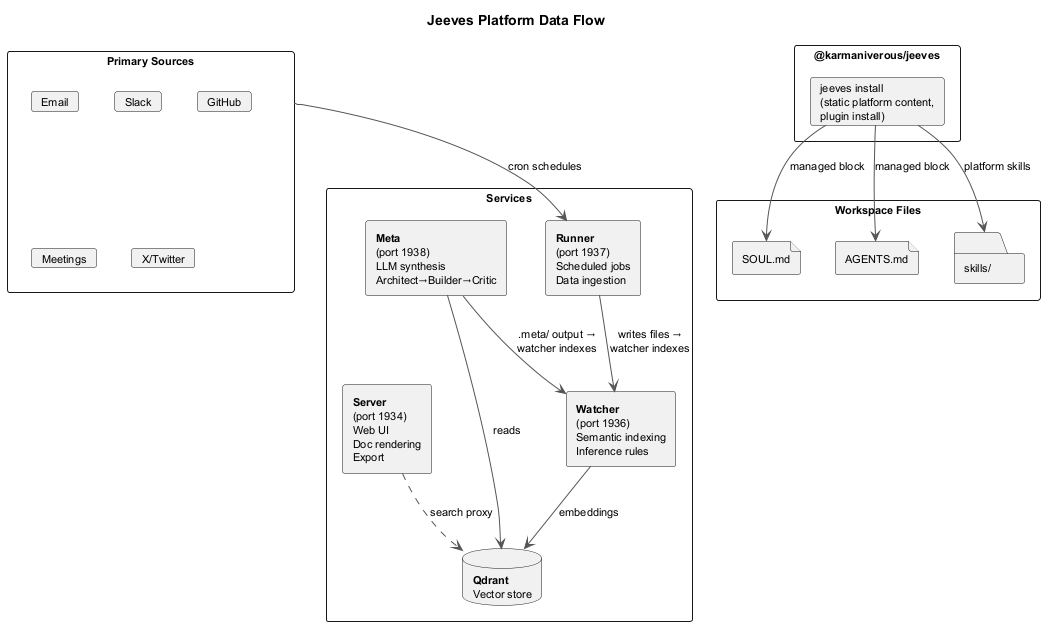
The PlantUML diagram diagrams/out/platform-data-flow.png in karmaniverous/jeeves, before a commit.
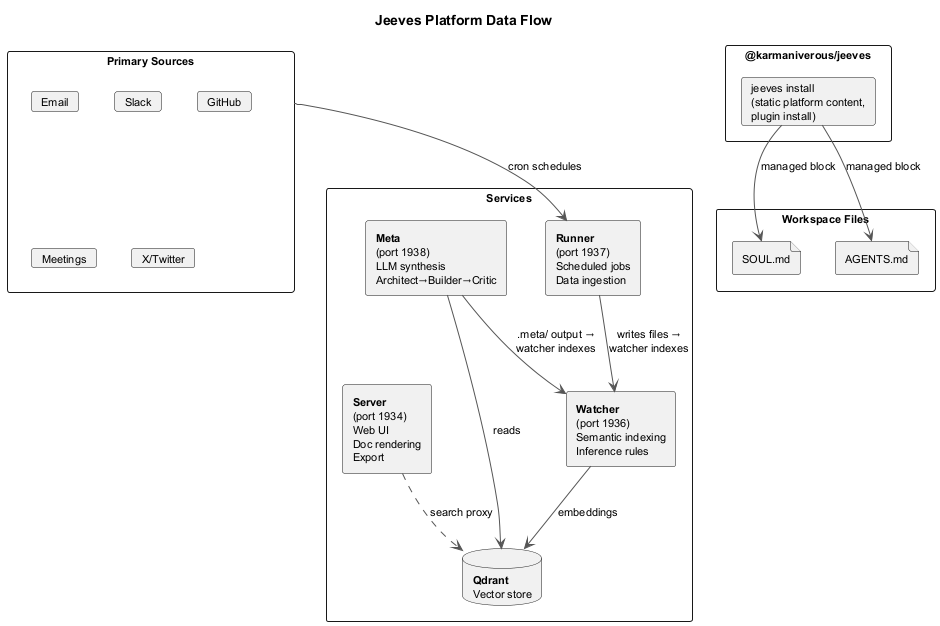
The same file after the commit.

Commit message:
[108] docs: regenerate diagram PNGs without the skills output

What changed in the source:
```diff
@@ -26,7 +26,6 @@
 rectangle "Workspace Files" as workspace {
   file "SOUL.md" as soul
   file "AGENTS.md" as agents
-  folder "skills/" as skills
 }
 
 rectangle "@karmaniverous/jeeves" as core {
@@ -41,6 +40,5 @@
 server ..> qdrant : search proxy
 lib --> soul : managed block
 lib --> agents : managed block
-lib --> skills : platform skills
 
 @enduml
```
